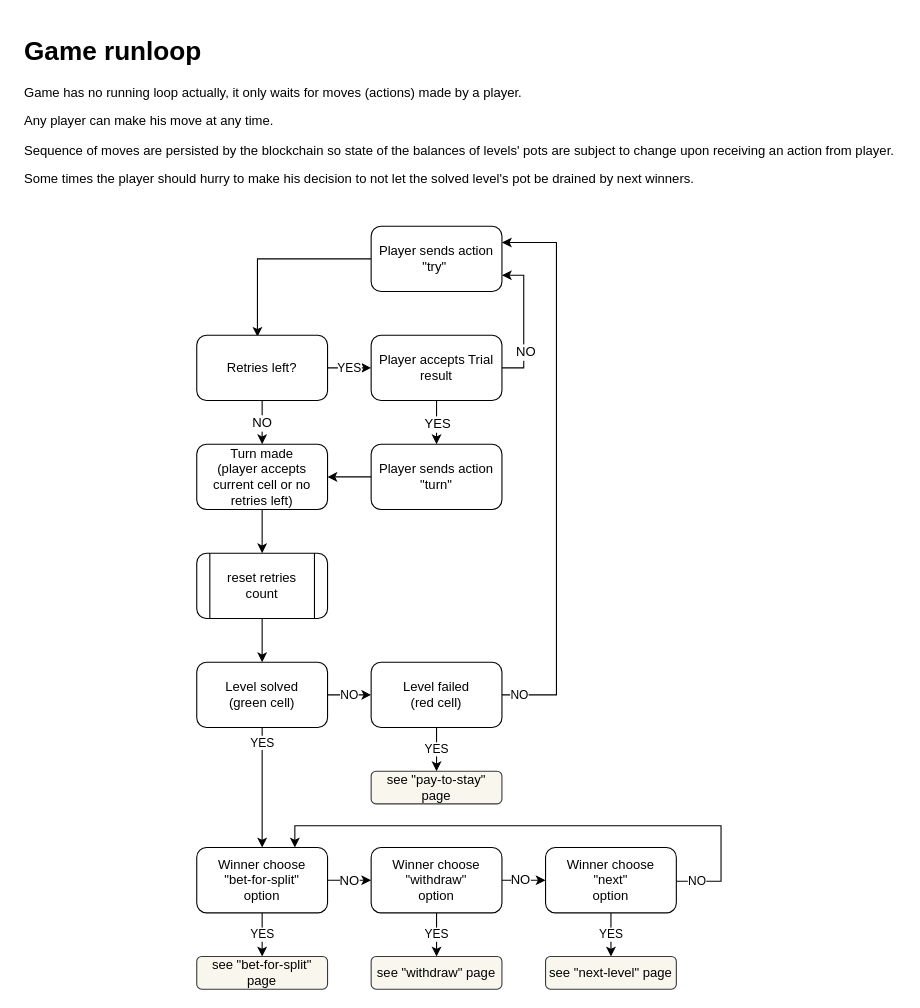
Before: page "game runloop" (2 of 9) of ia/WOFFLER IA.drawio in cptn-solo/woffler_contract, a draw.io diagram. Source tidied: cells renumbered, new cells numbered last; positions are measured from the earlier drawing's top-left corner, leaving out a move shared by most shapes. Both pictures are drawn from the tidied source at 109%, with x=0, y=0 at pixel (19, 29).
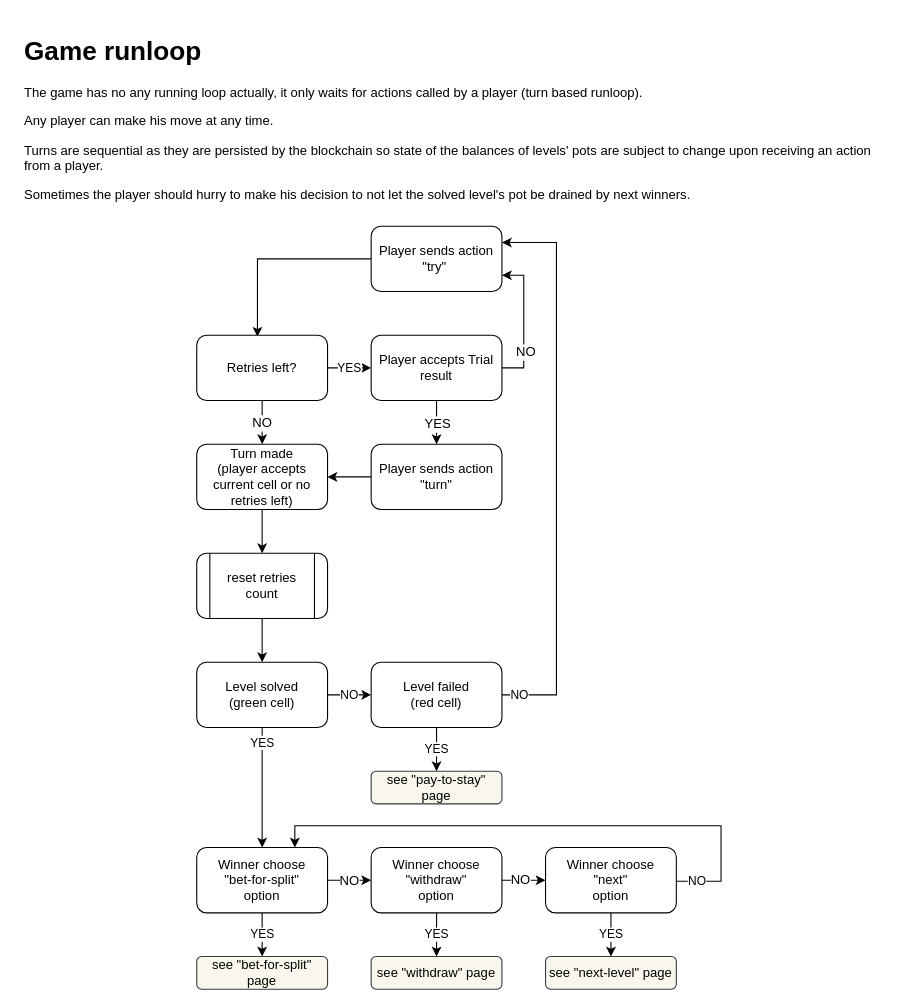
Above is the later version.

Commit message (it also covers changes not shown here):
#2 Game concept updated significantly with game UI mockups built in layers over the levels' sample image

Change to the diagram source:
```diff
@@
-    <mxCell id="23" value="&lt;h1&gt;Game runloop&lt;/h1&gt;&lt;p&gt;Game has no running loop actually, it only waits for moves (actions) made by a player.&amp;nbsp;&lt;/p&gt;&lt;p&gt;Any player can make his move at any time.&amp;nbsp;&lt;/p&gt;&lt;p&gt;Sequence of moves are persisted by the blockchain so state of the balances of levels' pots are subject to change upon receiving an action from player.&lt;/p&gt;&lt;p&gt;Some times the player should hurry to make his decision to not let the solved level's pot be drained by next winners.&lt;/p&gt;" style="text;html=1;strokeColor=none;fillColor=none;spacing=5;spacingTop=-20;whiteSpace=wrap;overflow=hidden;rounded=0;shadow=0;glass=0;align=left;" parent="1" vertex="1">
-      <mxGeometry width="810" height="150" as="geometry" />
+    <mxCell id="23" value="&lt;h1&gt;Game runloop&lt;/h1&gt;&lt;p&gt;The game has no any running loop actually, it only waits for actions called by a player (turn based runloop).&amp;nbsp;&lt;/p&gt;&lt;p&gt;Any player can make his move at any time.&amp;nbsp;&lt;/p&gt;&lt;p&gt;Turns are sequential as they are persisted by the blockchain so state of the balances of levels' pots are subject to change upon receiving an action from a player.&lt;/p&gt;&lt;p&gt;Sometimes the player should hurry to make his decision to not let the solved level's pot be drained by next winners.&lt;/p&gt;" style="text;html=1;strokeColor=none;fillColor=none;spacing=5;spacingTop=-20;whiteSpace=wrap;overflow=hidden;rounded=0;shadow=0;glass=0;align=left;" parent="1" vertex="1">
+      <mxGeometry width="810" height="170" as="geometry" />
     </mxCell>
```
